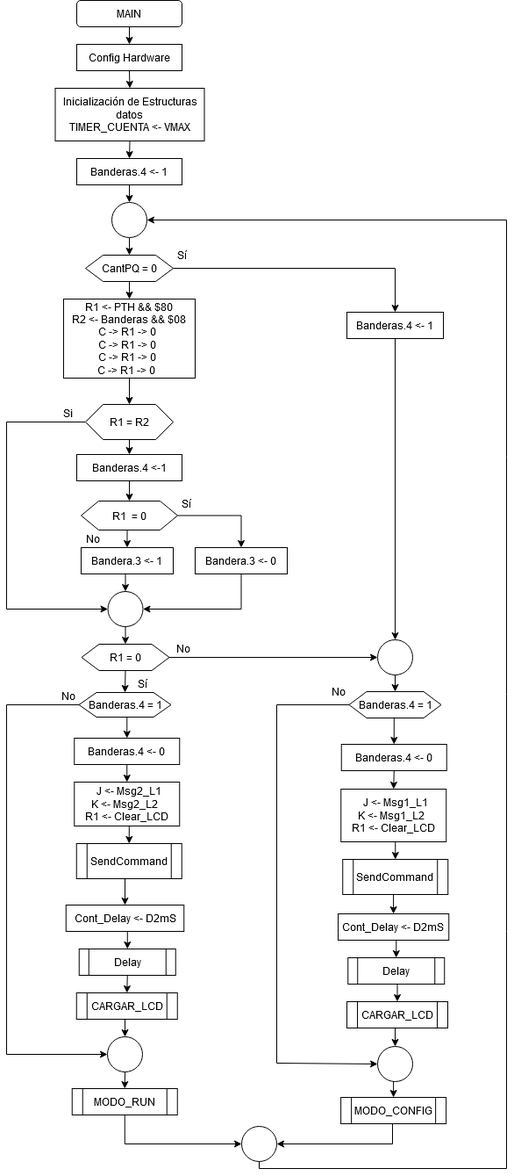
Before: Tarea 5/MAIN_ac.png, a diagram exported from draw.io (robz25/Microprocesadores). Source tidied: cells renumbered, new cells last; positions are measured from the earlier drawing's top-left corner, leaving out a move shared by most shapes.
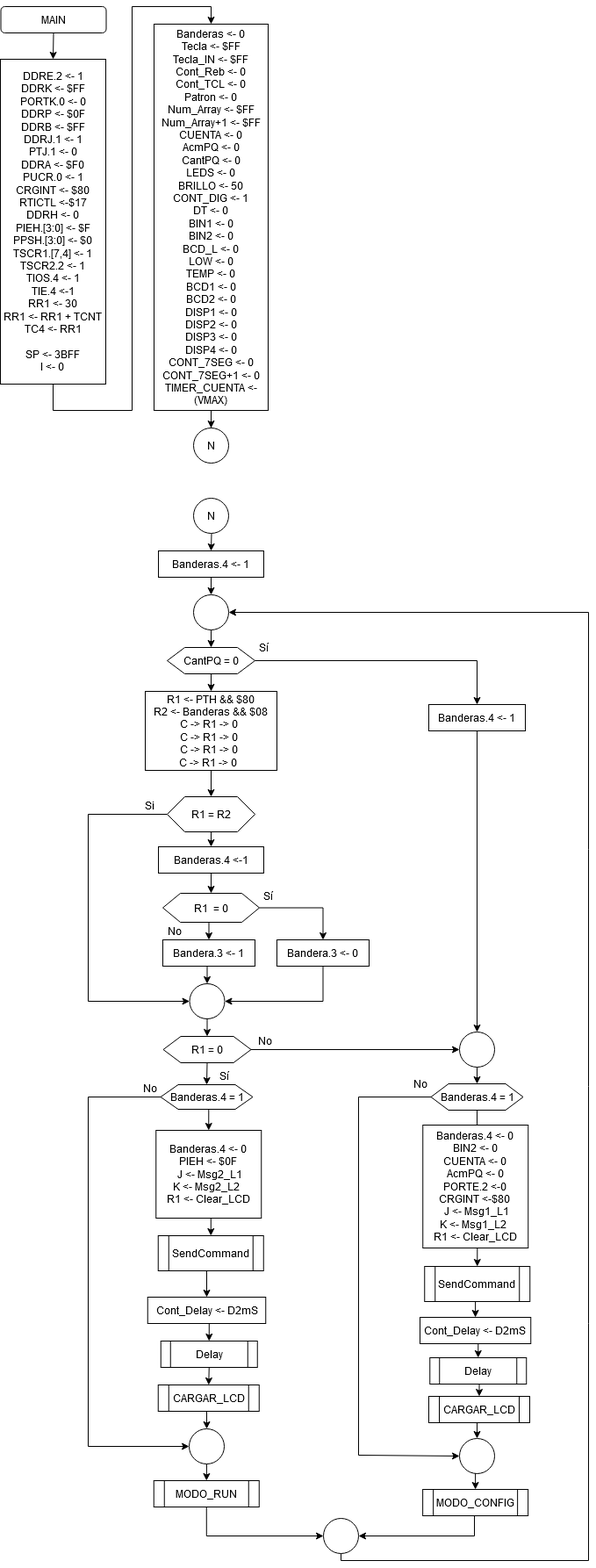
Later version of the same file.

What changed in the source:
```diff
@@ -6,20 +6,26 @@
       <mxGeometry relative="1" as="geometry" />
     </mxCell>
     <mxCell id="3" value="MAIN" style="rounded=1;whiteSpace=wrap;html=1;" parent="1" vertex="1">
-      <mxGeometry x="80" width="120" height="30" as="geometry" />
+      <mxGeometry x="-99.5" y="-440" width="120" height="30" as="geometry" />
     </mxCell>
-    <mxCell id="4" style="edgeStyle=orthogonalEdgeStyle;rounded=0;jettySize=auto;html=1;exitX=0.5;exitY=1;exitDx=0;exitDy=0;entryX=0.5;entryY=0;entryDx=0;entryDy=0;" parent="1" edge="1" source="5" target="7">
-      <mxGeometry relative="1" as="geometry" />
-    </mxCell>
+    <mxCell id="86" style="edgeStyle=orthogonalEdgeStyle;rounded=0;jettySize=auto;html=1;entryX=0.5;entryY=0;entryDx=0;entryDy=0;" parent="1" edge="1" source="5" target="89">
+      <mxGeometry relative="1" as="geometry">
+        <Array as="points">
+          <mxPoint x="-40" y="20" />
+          <mxPoint x="50" y="20" />
+          <mxPoint x="50" y="-440" />
+          <mxPoint x="140" y="-440" />
+        </Array>
+      </mxGeometry>
+    </mxCell>
-    <mxCell id="5" value="Config Hardware" style="rounded=0;whiteSpace=wrap;html=1;" parent="1" vertex="1">
-      <mxGeometry x="80" y="50" width="120" height="30" as="geometry" />
+    <mxCell id="5" value="&lt;div&gt;DDRE.2 &amp;lt;- 1&lt;/div&gt;&lt;div&gt;DDRK &amp;lt;- $FF&lt;/div&gt;&lt;div&gt;PORTK.0 &amp;lt;- 0&lt;/div&gt;&lt;div&gt;DDRP &amp;lt;- $0F&lt;/div&gt;&lt;div&gt;DDRB &amp;lt;- $FF&lt;/div&gt;&lt;div&gt;DDRJ.1 &amp;lt;- 1&lt;/div&gt;&lt;div&gt;PTJ.1 &amp;lt;- 0&lt;/div&gt;&lt;div&gt;DDRA &amp;lt;- $F0&lt;/div&gt;&lt;div&gt;PUCR.0 &amp;lt;- 1&lt;/div&gt;&lt;div&gt;CRGINT &amp;lt;- $80&lt;/div&gt;&lt;div&gt;RTICTL &amp;lt;-$17&lt;/div&gt;&lt;div&gt;DDRH &amp;lt;- 0&lt;/div&gt;&lt;div&gt;PIEH.[3:0] &amp;lt;- $F&lt;/div&gt;&lt;div&gt;PPSH.[3:0] &amp;lt;- $0&lt;/div&gt;&lt;div&gt;TSCR1.[7,4] &amp;lt;- 1&lt;/div&gt;&lt;div&gt;TSCR2.2 &amp;lt;- 1&lt;/div&gt;&lt;div&gt;TIOS.4 &amp;lt;- 1&lt;/div&gt;&lt;div&gt;TIE.4 &amp;lt;-1&lt;/div&gt;&lt;div&gt;RR1 &amp;lt;- 30&lt;/div&gt;&lt;div&gt;RR1 &amp;lt;- RR1 + TCNT&lt;/div&gt;&lt;div&gt;TC4 &amp;lt;- RR1&lt;/div&gt;&lt;div&gt;&lt;br&gt;&lt;/div&gt;&lt;div&gt;SP &amp;lt;- 3BFF&lt;/div&gt;&lt;div&gt;I &amp;lt;- 0&lt;br&gt;&lt;/div&gt;" style="rounded=0;whiteSpace=wrap;html=1;" parent="1" vertex="1">
+      <mxGeometry x="-100" y="-380" width="120" height="370" as="geometry" />
     </mxCell>
-    <mxCell id="6" style="edgeStyle=orthogonalEdgeStyle;rounded=0;jettySize=auto;html=1;exitX=0.5;exitY=1;exitDx=0;exitDy=0;entryX=0.5;entryY=0;entryDx=0;entryDy=0;" parent="1" edge="1" source="7" target="9">
-      <mxGeometry relative="1" as="geometry" />
+    <mxCell id="6" style="edgeStyle=orthogonalEdgeStyle;rounded=0;jettySize=auto;html=1;exitX=0.5;exitY=1;exitDx=0;exitDy=0;entryX=0.5;entryY=0;entryDx=0;entryDy=0;" parent="1" edge="1" target="9">
+      <mxGeometry relative="1" as="geometry">
+        <mxPoint x="140.5" y="160" as="sourcePoint" />
+      </mxGeometry>
     </mxCell>
-    <mxCell id="7" value="Inicialización de Estructuras datos&lt;br&gt;TIMER_CUENTA &amp;lt;- VMAX" style="rounded=0;whiteSpace=wrap;html=1;" parent="1" vertex="1">
-      <mxGeometry x="55.5" y="100" width="170" height="60" as="geometry" />
-    </mxCell>
     <mxCell id="8" style="edgeStyle=orthogonalEdgeStyle;rounded=0;jettySize=auto;html=1;exitX=0.5;exitY=1;exitDx=0;exitDy=0;entryX=0.5;entryY=0;entryDx=0;entryDy=0;" parent="1" edge="1" source="9" target="11">
       <mxGeometry relative="1" as="geometry" />
     </mxCell>
@@ -109,8 +115,10 @@
     <mxCell id="35" value="Si" style="text;html=1;align=center;verticalAlign=middle;" parent="1" vertex="1">
       <mxGeometry x="55" y="460" width="30" height="20" as="geometry" />
     </mxCell>
-    <mxCell id="36" style="edgeStyle=orthogonalEdgeStyle;rounded=0;jettySize=auto;html=1;exitX=0.5;exitY=1;exitDx=0;exitDy=0;entryX=0.5;entryY=0;entryDx=0;entryDy=0;" parent="1" edge="1" source="38" target="41">
-      <mxGeometry relative="1" as="geometry" />
+    <mxCell id="36" style="edgeStyle=orthogonalEdgeStyle;rounded=0;jettySize=auto;html=1;exitX=0.5;exitY=1;exitDx=0;exitDy=0;entryX=0.5;entryY=0;entryDx=0;entryDy=0;" parent="1" edge="1" source="38">
+      <mxGeometry relative="1" as="geometry">
+        <mxPoint x="137.2" y="840" as="targetPoint" />
+      </mxGeometry>
     </mxCell>
     <mxCell id="37" style="edgeStyle=orthogonalEdgeStyle;rounded=0;jettySize=auto;html=1;exitX=0;exitY=0.5;exitDx=0;exitDy=0;entryX=0;entryY=0.5;entryDx=0;entryDy=0;" parent="1" edge="1" source="38" target="47">
       <mxGeometry relative="1" as="geometry">
@@ -126,17 +134,11 @@
     <mxCell id="39" value="Sí" style="text;html=1;align=center;verticalAlign=middle;" parent="1" vertex="1">
       <mxGeometry x="140" y="768" width="30" height="20" as="geometry" />
     </mxCell>
-    <mxCell id="40" style="edgeStyle=orthogonalEdgeStyle;rounded=0;jettySize=auto;html=1;exitX=0.5;exitY=1;exitDx=0;exitDy=0;entryX=0.5;entryY=0;entryDx=0;entryDy=0;" parent="1" edge="1" source="41" target="43">
-      <mxGeometry relative="1" as="geometry" />
-    </mxCell>
-    <mxCell id="41" value="Banderas.4 &amp;lt;- 0" style="rounded=0;whiteSpace=wrap;html=1;" parent="1" vertex="1">
-      <mxGeometry x="77.2" y="840" width="120" height="30" as="geometry" />
-    </mxCell>
     <mxCell id="42" style="edgeStyle=orthogonalEdgeStyle;rounded=0;jettySize=auto;html=1;exitX=0.5;exitY=1;exitDx=0;exitDy=0;entryX=0.5;entryY=0;entryDx=0;entryDy=0;" parent="1" edge="1" source="43" target="52">
       <mxGeometry relative="1" as="geometry" />
     </mxCell>
-    <mxCell id="43" value="&amp;nbsp; J &amp;lt;- Msg2_L1 &lt;br&gt;K &amp;lt;- Msg2_L2&amp;nbsp;&lt;br&gt;R1 &amp;lt;- Clear_LCD" style="rounded=0;whiteSpace=wrap;html=1;" parent="1" vertex="1">
-      <mxGeometry x="77.2" y="890" width="120" height="50" as="geometry" />
+    <mxCell id="43" value="&lt;div&gt;Banderas.4 &amp;lt;- 0&lt;/div&gt;&lt;div&gt;PIEH &amp;lt;- $0F&lt;br&gt;&lt;/div&gt;&lt;div&gt;&amp;nbsp;J &amp;lt;- Msg2_L1 &lt;/div&gt;K &amp;lt;- Msg2_L2&amp;nbsp;&lt;br&gt;R1 &amp;lt;- Clear_LCD" style="rounded=0;whiteSpace=wrap;html=1;" parent="1" vertex="1">
+      <mxGeometry x="77.2" y="840" width="120" height="100" as="geometry" />
     </mxCell>
     <mxCell id="44" style="edgeStyle=orthogonalEdgeStyle;rounded=0;jettySize=auto;html=1;exitX=0.5;exitY=1;exitDx=0;exitDy=0;entryX=0.5;entryY=0;entryDx=0;entryDy=0;" parent="1" edge="1" source="45" target="47">
       <mxGeometry relative="1" as="geometry" />
@@ -204,9 +206,6 @@
     <mxCell id="63" value="No" style="text;html=1;align=center;verticalAlign=middle;" parent="1" vertex="1">
       <mxGeometry x="185.5" y="728" width="30" height="20" as="geometry" />
     </mxCell>
-    <mxCell id="64" style="edgeStyle=orthogonalEdgeStyle;rounded=0;jettySize=auto;html=1;exitX=0.5;exitY=1;exitDx=0;exitDy=0;entryX=0.5;entryY=0;entryDx=0;entryDy=0;" parent="1" edge="1" source="66" target="68">
-      <mxGeometry relative="1" as="geometry" />
-    </mxCell>
     <mxCell id="65" style="edgeStyle=orthogonalEdgeStyle;rounded=0;jettySize=auto;html=1;exitX=0;exitY=0.5;exitDx=0;exitDy=0;entryX=0;entryY=0.5;entryDx=0;entryDy=0;" parent="1" edge="1" source="66" target="74">
       <mxGeometry relative="1" as="geometry">
         <Array as="points">
@@ -215,26 +214,23 @@
         </Array>
       </mxGeometry>
     </mxCell>
+    <mxCell id="87" style="edgeStyle=orthogonalEdgeStyle;rounded=0;jettySize=auto;html=1;" parent="1" edge="1" source="66" target="70">
+      <mxGeometry relative="1" as="geometry" />
+    </mxCell>
     <mxCell id="66" value="Banderas.4 = 1" style="shape=hexagon;perimeter=hexagonPerimeter2;whiteSpace=wrap;html=1;fixedSize=1;" parent="1" vertex="1">
       <mxGeometry x="390.5" y="787" width="105" height="30" as="geometry" />
     </mxCell>
-    <mxCell id="67" style="edgeStyle=orthogonalEdgeStyle;rounded=0;jettySize=auto;html=1;exitX=0.5;exitY=1;exitDx=0;exitDy=0;entryX=0.5;entryY=0;entryDx=0;entryDy=0;" parent="1" edge="1" source="68" target="70">
-      <mxGeometry relative="1" as="geometry" />
-    </mxCell>
-    <mxCell id="68" value="Banderas.4 &amp;lt;- 0" style="rounded=0;whiteSpace=wrap;html=1;" parent="1" vertex="1">
-      <mxGeometry x="381.8" y="847" width="120" height="30" as="geometry" />
-    </mxCell>
     <mxCell id="69" style="edgeStyle=orthogonalEdgeStyle;rounded=0;jettySize=auto;html=1;exitX=0.5;exitY=1;exitDx=0;exitDy=0;entryX=0.5;entryY=0;entryDx=0;entryDy=0;" parent="1" edge="1" source="70" target="79">
       <mxGeometry relative="1" as="geometry" />
     </mxCell>
-    <mxCell id="70" value="&amp;nbsp; J &amp;lt;- Msg1_L1 &lt;br&gt;K &amp;lt;- Msg1_L2&amp;nbsp;&lt;br&gt;R1 &amp;lt;- Clear_LCD" style="rounded=0;whiteSpace=wrap;html=1;" parent="1" vertex="1">
-      <mxGeometry x="381.2" y="898" width="120" height="60" as="geometry" />
+    <mxCell id="70" value="&lt;div&gt;Banderas.4 &amp;lt;- 0&lt;/div&gt;&lt;div&gt;BIN2 &amp;lt;- 0&lt;/div&gt;&lt;div&gt;CUENTA &amp;lt;- 0&lt;/div&gt;&lt;div&gt;AcmPQ &amp;lt;- 0&lt;/div&gt;&lt;div&gt;PORTE.2 &amp;lt;-0&lt;/div&gt;&lt;div&gt;CRGINT &amp;lt;-$80&lt;br&gt;&lt;/div&gt;&lt;div&gt;&amp;nbsp;J &amp;lt;- Msg1_L1 &lt;/div&gt;K &amp;lt;- Msg1_L2&amp;nbsp;&lt;br&gt;R1 &amp;lt;- Clear_LCD" style="rounded=0;whiteSpace=wrap;html=1;" parent="1" vertex="1">
+      <mxGeometry x="381.2" y="834" width="120" height="140" as="geometry" />
     </mxCell>
     <mxCell id="71" style="edgeStyle=orthogonalEdgeStyle;rounded=0;jettySize=auto;html=1;exitX=0.5;exitY=1;exitDx=0;exitDy=0;entryX=0.5;entryY=0;entryDx=0;entryDy=0;" parent="1" edge="1" source="72" target="74">
       <mxGeometry relative="1" as="geometry" />
     </mxCell>
     <mxCell id="72" value="CARGAR_LCD" style="shape=process;whiteSpace=wrap;html=1;backgroundOutline=1;" parent="1" vertex="1">
-      <mxGeometry x="388" y="1140" width="115" height="30" as="geometry" />
+      <mxGeometry x="388" y="1143" width="115" height="30" as="geometry" />
     </mxCell>
     <mxCell id="73" style="edgeStyle=orthogonalEdgeStyle;rounded=0;jettySize=auto;html=1;exitX=0.5;exitY=1;exitDx=0;exitDy=0;entryX=0.5;entryY=0;entryDx=0;entryDy=0;" parent="1" edge="1" target="77">
       <mxGeometry relative="1" as="geometry">
@@ -261,19 +257,19 @@
       <mxGeometry relative="1" as="geometry" />
     </mxCell>
     <mxCell id="79" value="SendCommand" style="shape=process;whiteSpace=wrap;html=1;backgroundOutline=1;" parent="1" vertex="1">
-      <mxGeometry x="383.2" y="978" width="120" height="40" as="geometry" />
+      <mxGeometry x="383.2" y="995" width="120" height="40" as="geometry" />
     </mxCell>
     <mxCell id="80" style="edgeStyle=orthogonalEdgeStyle;rounded=0;jettySize=auto;html=1;exitX=0.5;exitY=1;exitDx=0;exitDy=0;entryX=0.5;entryY=0;entryDx=0;entryDy=0;" parent="1" edge="1" source="81" target="83">
       <mxGeometry relative="1" as="geometry" />
     </mxCell>
     <mxCell id="81" value="Cont_Delay &amp;lt;- D2mS" style="rounded=0;whiteSpace=wrap;html=1;" parent="1" vertex="1">
-      <mxGeometry x="378" y="1040" width="126.2" height="30" as="geometry" />
+      <mxGeometry x="378" y="1053" width="126.2" height="30" as="geometry" />
     </mxCell>
     <mxCell id="82" style="edgeStyle=orthogonalEdgeStyle;rounded=0;jettySize=auto;html=1;exitX=0.5;exitY=1;exitDx=0;exitDy=0;entryX=0.5;entryY=0;entryDx=0;entryDy=0;" parent="1" edge="1" source="83" target="72">
       <mxGeometry relative="1" as="geometry" />
     </mxCell>
     <mxCell id="83" value="Delay" style="shape=process;whiteSpace=wrap;html=1;backgroundOutline=1;" parent="1" vertex="1">
-      <mxGeometry x="389.2" y="1090" width="110" height="30" as="geometry" />
+      <mxGeometry x="389.2" y="1099" width="110" height="30" as="geometry" />
     </mxCell>
     <mxCell id="84" value="Sí" style="text;html=1;align=center;verticalAlign=middle;" parent="1" vertex="1">
       <mxGeometry x="185" y="280" width="30" height="20" as="geometry" />
@@ -281,5 +277,17 @@
     <mxCell id="85" value="No" style="text;html=1;align=center;verticalAlign=middle;" parent="1" vertex="1">
       <mxGeometry x="82.5" y="603" width="30" height="20" as="geometry" />
     </mxCell>
+    <mxCell id="88" style="edgeStyle=orthogonalEdgeStyle;rounded=0;jettySize=auto;html=1;" parent="1" edge="1" source="89" target="90">
+      <mxGeometry relative="1" as="geometry" />
+    </mxCell>
+    <mxCell id="89" value="&lt;div&gt;Banderas &amp;lt;- 0&lt;/div&gt;&lt;div&gt;Tecla &amp;lt;- $FF&lt;/div&gt;&lt;div&gt;Tecla_IN &amp;lt;- $FF&lt;/div&gt;&lt;div&gt;Cont_Reb &amp;lt;- 0&lt;/div&gt;&lt;div&gt;Cont_TCL &amp;lt;- 0&lt;/div&gt;&lt;div&gt;Patron &amp;lt;- 0&lt;/div&gt;&lt;div&gt;Num_Array &amp;lt;- $FF&lt;/div&gt;&lt;div&gt;Num_Array+1 &amp;lt;- $FF&lt;/div&gt;&lt;div&gt;CUENTA &amp;lt;- 0&lt;/div&gt;&lt;div&gt;AcmPQ &amp;lt;- 0&lt;/div&gt;&lt;div&gt;CantPQ &amp;lt;- 0&lt;/div&gt;&lt;div&gt;LEDS &amp;lt;- 0&lt;/div&gt;&lt;div&gt;BRILLO &amp;lt;- 50&lt;/div&gt;&lt;div&gt;CONT_DIG &amp;lt;- 1&lt;/div&gt;&lt;div&gt;DT &amp;lt;- 0&lt;/div&gt;&lt;div&gt;BIN1 &amp;lt;- 0&lt;/div&gt;&lt;div&gt;BIN2 &amp;lt;- 0&lt;/div&gt;&lt;div&gt;BCD_L &amp;lt;- 0&lt;/div&gt;&lt;div&gt;LOW &amp;lt;- 0&lt;/div&gt;&lt;div&gt;TEMP &amp;lt;- 0&lt;/div&gt;&lt;div&gt;BCD1 &amp;lt;- 0&lt;/div&gt;&lt;div&gt;BCD2 &amp;lt;- 0&lt;/div&gt;&lt;div&gt;DISP1 &amp;lt;- 0&lt;/div&gt;&lt;div&gt;DISP2 &amp;lt;- 0&lt;/div&gt;&lt;div&gt;DISP3 &amp;lt;- 0&lt;/div&gt;&lt;div&gt;DISP4 &amp;lt;- 0&lt;/div&gt;&lt;div&gt;CONT_7SEG &amp;lt;- 0&lt;/div&gt;&lt;div&gt;CONT_7SEG+1 &amp;lt;- 0&lt;/div&gt;&lt;div&gt;TIMER_CUENTA &amp;lt;- (VMAX)&lt;br&gt;&lt;/div&gt;" style="rounded=0;whiteSpace=wrap;html=1;" parent="1" vertex="1">
+      <mxGeometry x="75" y="-420" width="130" height="440" as="geometry" />
+    </mxCell>
+    <mxCell id="90" value="N" style="ellipse;whiteSpace=wrap;html=1;" parent="1" vertex="1">
+      <mxGeometry x="120" y="40" width="40" height="40" as="geometry" />
+    </mxCell>
+    <mxCell id="91" value="N" style="ellipse;whiteSpace=wrap;html=1;" parent="1" vertex="1">
+      <mxGeometry x="120" y="120" width="40" height="40" as="geometry" />
+    </mxCell>
   </root>
 </mxGraphModel>
```
